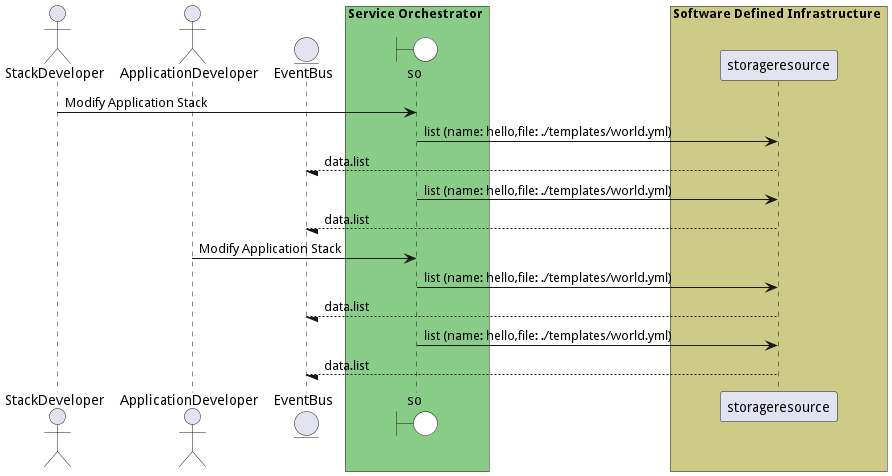
This is docs/edgemere/sml/so/usecases/managestacks/ModifyApplicationStack.png from madajaju/edgemere, a PlantUML export, as it was before one commit. Source of this version:
```plantuml
@startuml

actor "StackDeveloper"

actor "ApplicationDeveloper"


entity EventBus

box Service Orchestrator #88cc88
    boundary so #white
end box


box Software Defined Infrastructure #cccc88
            participant storageresource
    end box


"StackDeveloper" -> so: Modify Application Stack

    so -> "storageresource": list (name: hello,file: ./templates/world.yml)

    "storageresource" --/ EventBus: data.list

    so -> "storageresource": list (name: hello,file: ./templates/world.yml)

    "storageresource" --/ EventBus: data.list


"ApplicationDeveloper" -> so: Modify Application Stack

    so -> "storageresource": list (name: hello,file: ./templates/world.yml)

    "storageresource" --/ EventBus: data.list

    so -> "storageresource": list (name: hello,file: ./templates/world.yml)

    "storageresource" --/ EventBus: data.list



@enduml
```
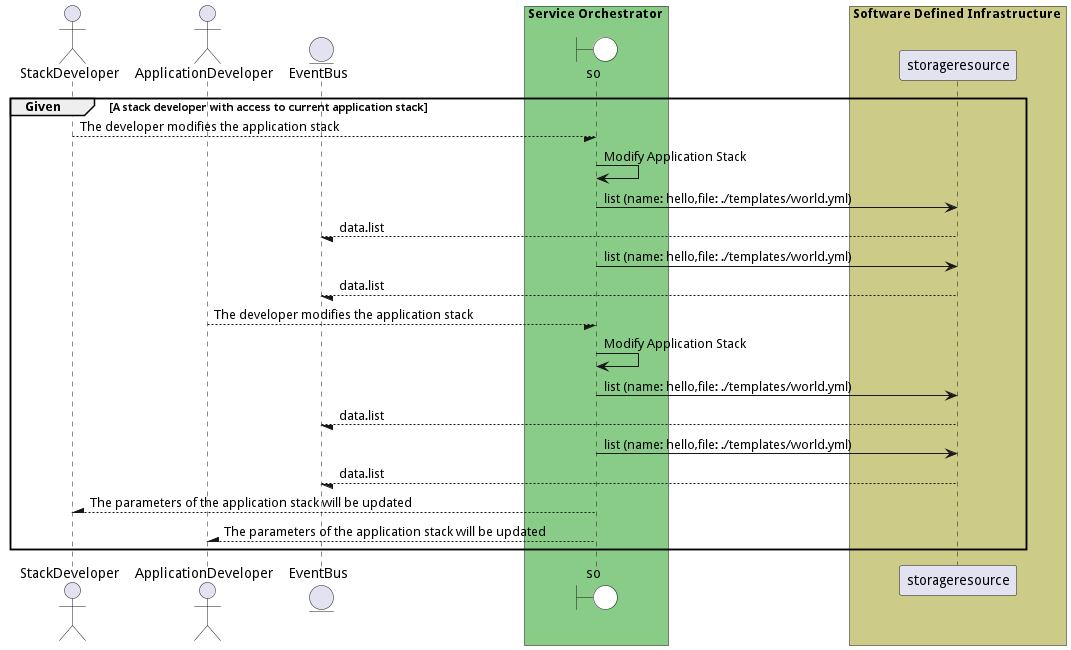
The same diagram one commit later.

Change to the diagram source:
```diff
@@ -1,4 +1,5 @@
 @startuml
+
 
 actor "StackDeveloper"
 
@@ -16,8 +17,10 @@
             participant storageresource
     end box
 
+group Given [A stack developer with access to current application stack]
 
-"StackDeveloper" -> so: Modify Application Stack
+"StackDeveloper" --/ so: The developer modifies the application stack
+"so" -> so: Modify Application Stack
 
     so -> "storageresource": list (name: hello,file: ./templates/world.yml)
 
@@ -28,7 +31,8 @@
     "storageresource" --/ EventBus: data.list
 
 
-"ApplicationDeveloper" -> so: Modify Application Stack
+"ApplicationDeveloper" --/ so: The developer modifies the application stack
+"so" -> so: Modify Application Stack
 
     so -> "storageresource": list (name: hello,file: ./templates/world.yml)
 
@@ -40,4 +44,11 @@
 
 
 
+"StackDeveloper" /-- so: The parameters of the application stack will be updated
+
+"ApplicationDeveloper" /-- so: The parameters of the application stack will be updated
+
+
+end
+
 @enduml
```
